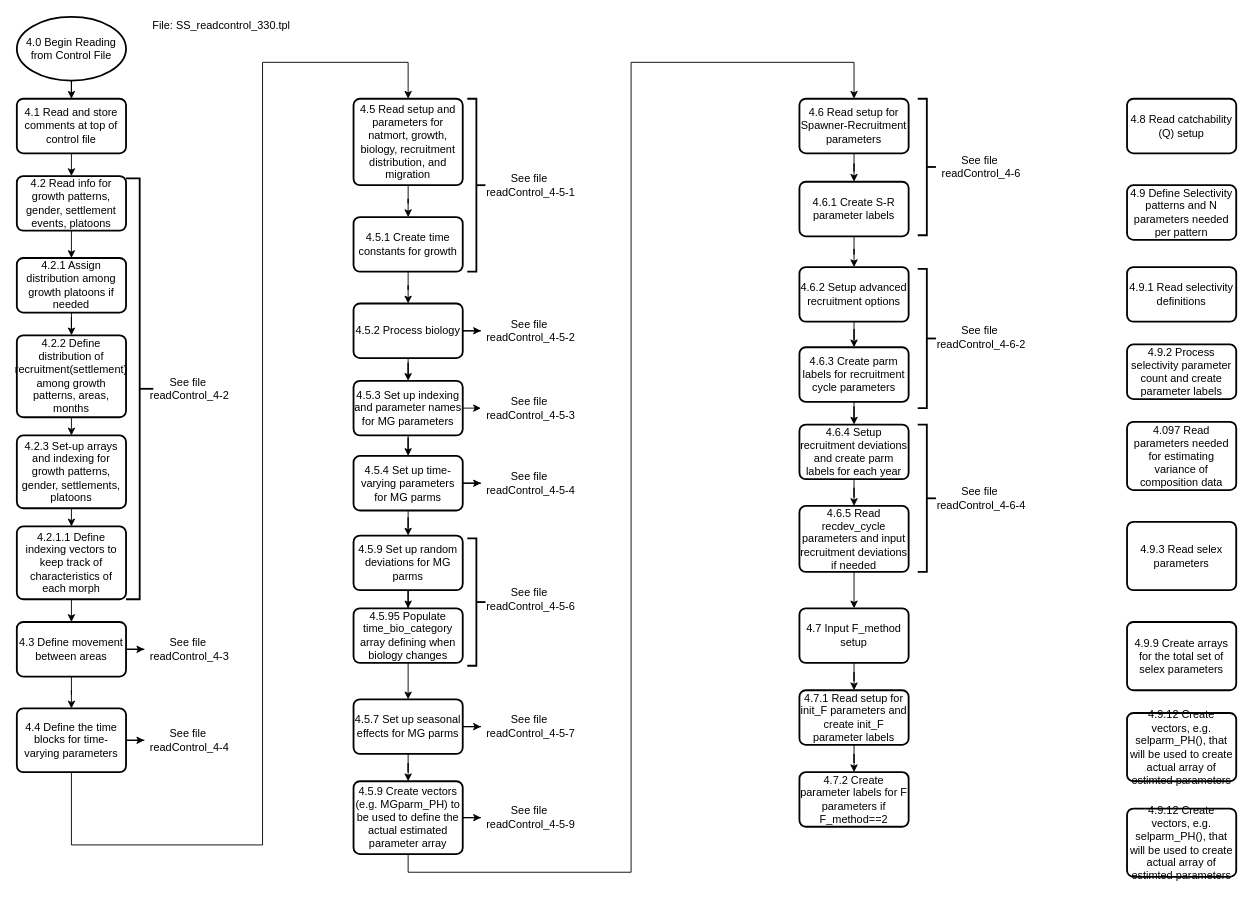
Before: readControl.drawio in nmfs-ost/ss3-flowcharts, a draw.io diagram. Source tidied: cells renumbered, new cells numbered last; positions are measured from the earlier drawing's top-left corner, leaving out a move shared by most shapes. Both pictures are drawn from the tidied source at 91%, with x=0, y=0 at pixel (16, 16).
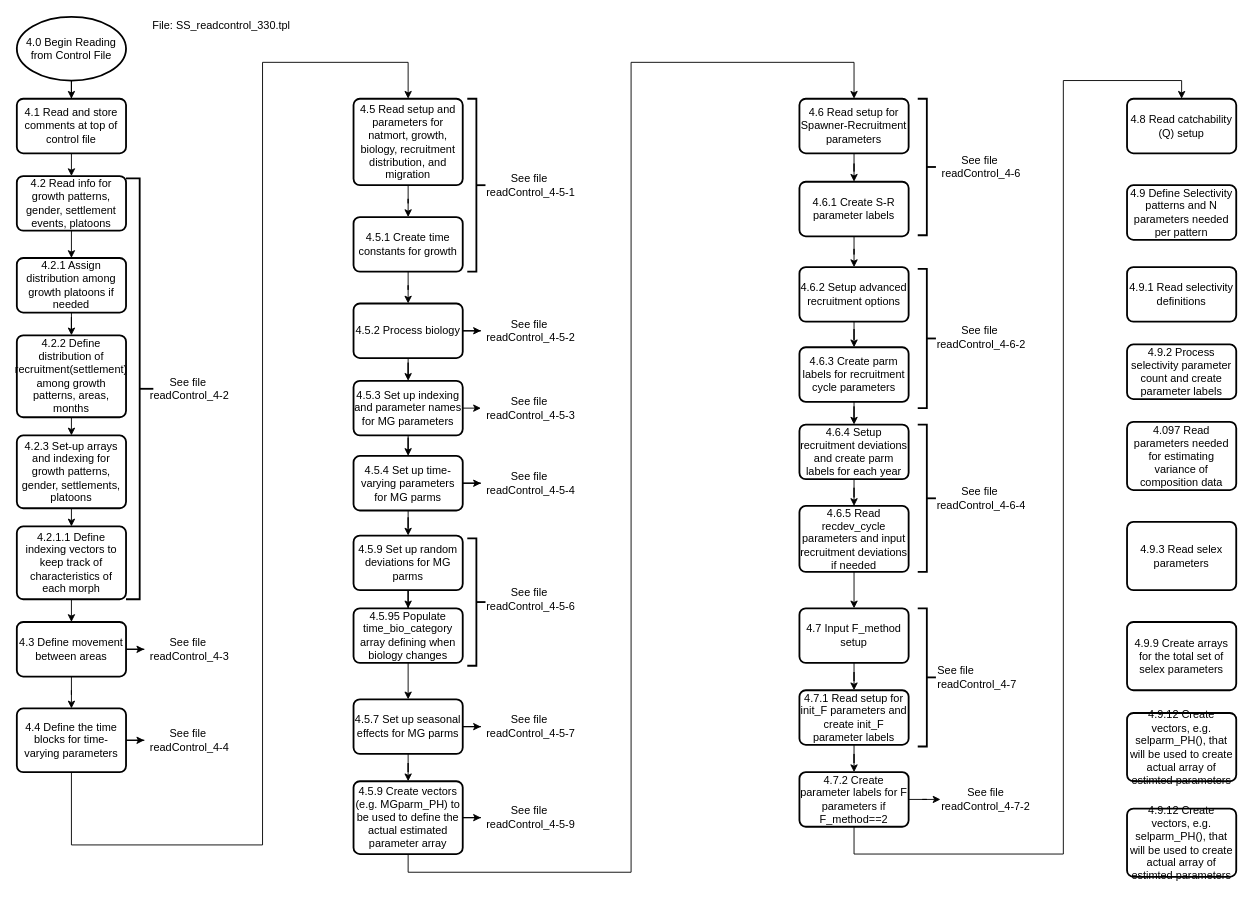
Above is the later version.

The change refers to these unchanged cells:
```xml
<mxCell id="62" value="4.7.2 Create parameter labels for F parameters if F_method==2" style="rounded=1;whiteSpace=wrap;html=1;absoluteArcSize=1;arcSize=14;strokeWidth=2;" parent="1" vertex="1">
  <mxGeometry x="860" y="830" width="120" height="60" as="geometry" />
</mxCell>
<mxCell id="63" value="4.8 Read catchability (Q) setup" style="rounded=1;whiteSpace=wrap;html=1;absoluteArcSize=1;arcSize=14;strokeWidth=2;" parent="1" vertex="1">
  <mxGeometry x="1220" y="90" width="120" height="60" as="geometry" />
</mxCell>
```

The edit, as a diff of the source:
```diff
@@
+    <mxCell id="91" style="edgeStyle=orthogonalEdgeStyle;rounded=0;jettySize=auto;html=1;" parent="1" edge="1" source="62" target="94">
+      <mxGeometry relative="1" as="geometry" />
+    </mxCell>
+    <mxCell id="92" style="edgeStyle=orthogonalEdgeStyle;rounded=0;jettySize=auto;html=1;entryX=0.5;entryY=0;entryDx=0;entryDy=0;" parent="1" edge="1" source="62" target="63">
+      <mxGeometry relative="1" as="geometry">
+        <Array as="points">
+          <mxPoint x="920" y="920" />
+          <mxPoint x="1150" y="920" />
+          <mxPoint x="1150" y="70" />
+          <mxPoint x="1280" y="70" />
+        </Array>
+      </mxGeometry>
+    </mxCell>
@@
+    <mxCell id="93" value="See file&lt;br&gt;readControl_4-7" style="strokeWidth=2;html=1;shape=mxgraph.flowchart.annotation_2;align=left;labelPosition=right;direction=west;" parent="1" vertex="1">
+      <mxGeometry x="990" y="650" width="20" height="151.8" as="geometry" />
+    </mxCell>
+    <mxCell id="94" value="See file&lt;br&gt;readControl_4-7-2" style="text;html=1;strokeColor=none;fillColor=none;align=center;verticalAlign=middle;whiteSpace=wrap;rounded=0;" parent="1" vertex="1">
+      <mxGeometry x="1015" y="850" width="100" height="20" as="geometry" />
+    </mxCell>
```
